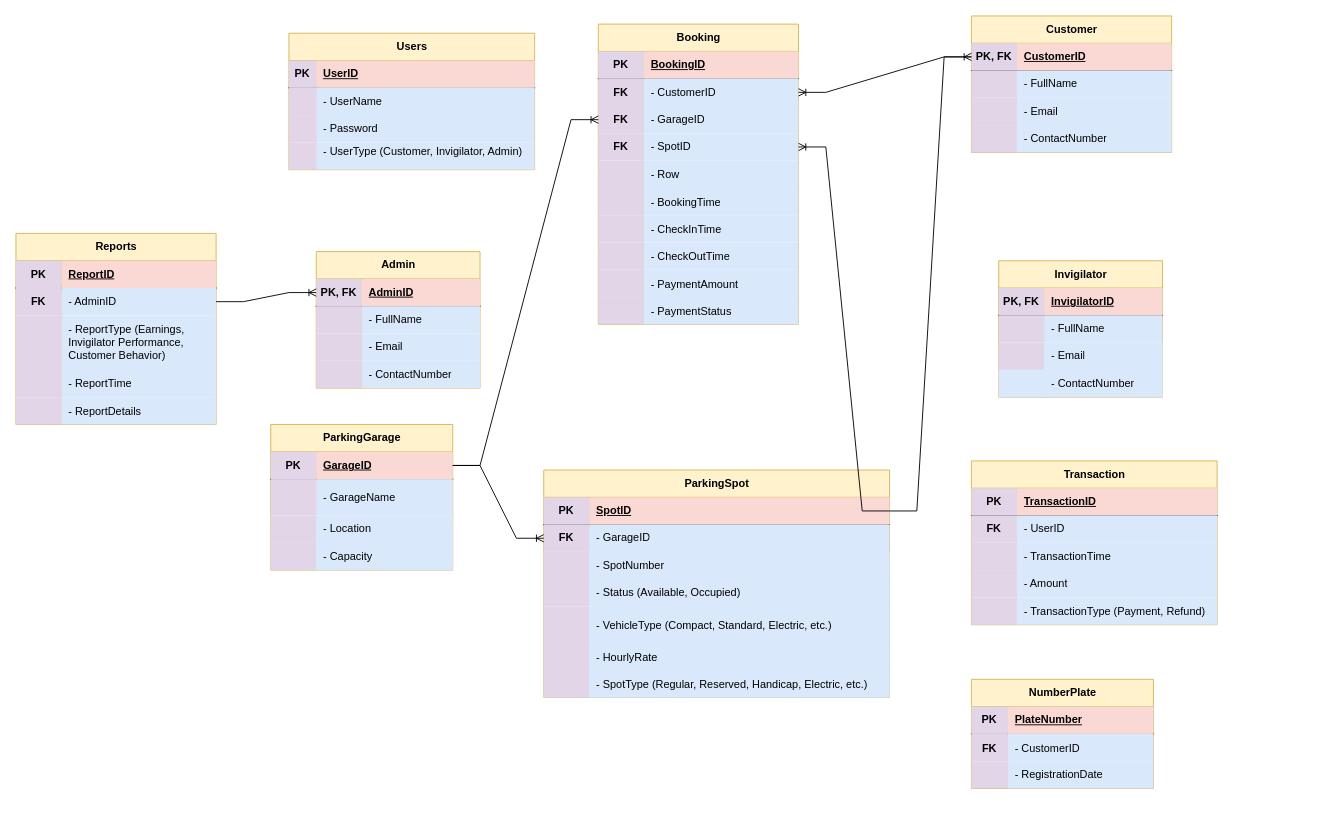
This is DBD.drawio from Rachit1313/ParkEase, a draw.io file, before an edit. Source tidied: cells renumbered, new cells numbered last; positions are measured from the earlier drawing's top-left corner, leaving out a move shared by most shapes. Both pictures are drawn from the tidied source at 91%, with x=0, y=0 at pixel (15, 15).
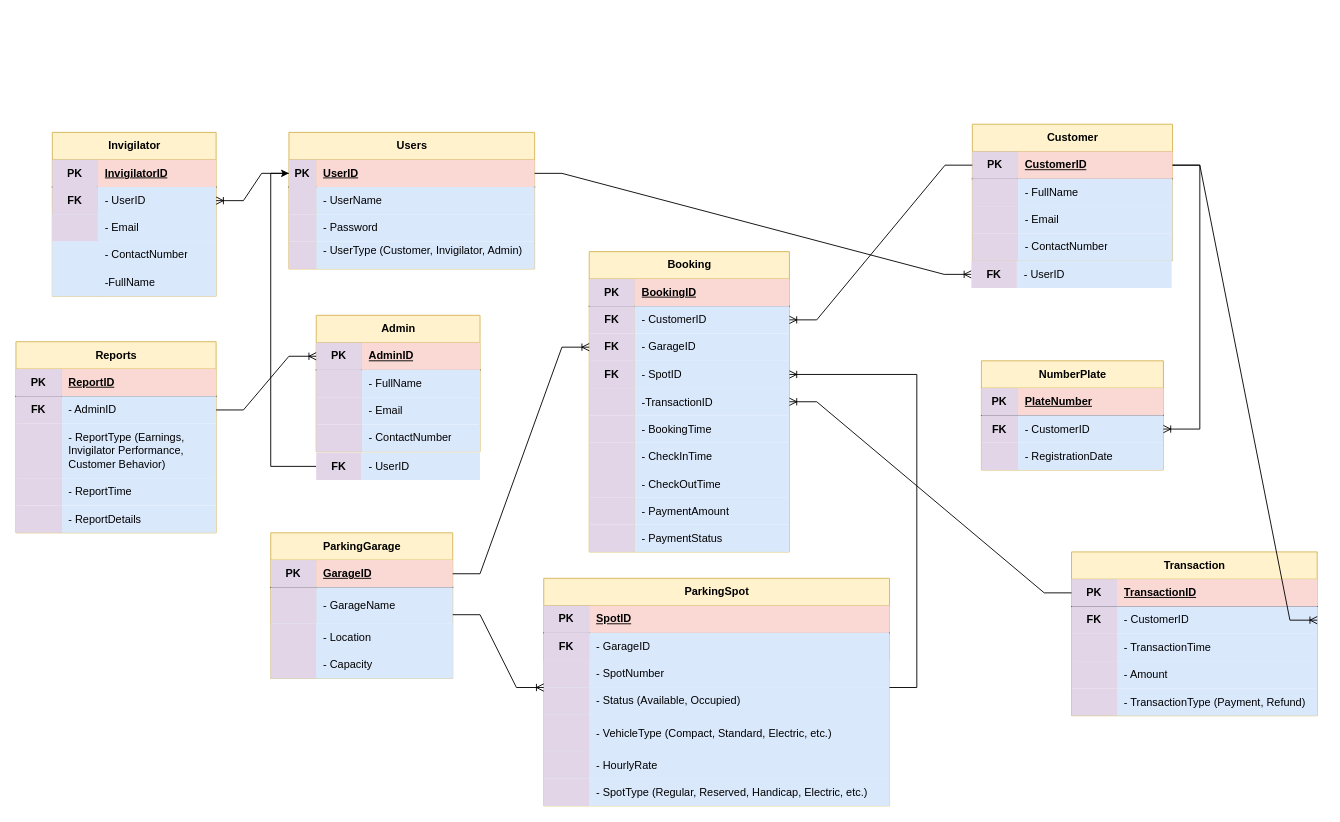
The same diagram, later.

Unchanged cells that the change refers to:
```xml
<mxCell id="3" style="shape=tableRow;horizontal=0;startSize=0;swimlaneHead=0;swimlaneBody=0;fillColor=none;points=[[0,0.5],[1,0.5]];portConstraint=eastwest;top=0;left=0;right=0;bottom=1;" parent="2" vertex="1">
  <mxGeometry y="30" width="270" height="30" as="geometry" />
</mxCell>
<mxCell id="16" style="shape=tableRow;horizontal=0;startSize=0;swimlaneHead=0;swimlaneBody=0;fillColor=none;points=[[0,0.5],[1,0.5]];portConstraint=eastwest;top=0;left=0;right=0;bottom=1;" parent="15" vertex="1">
  <mxGeometry y="30" width="220" height="30" as="geometry" />
</mxCell>
<mxCell id="29" style="shape=tableRow;horizontal=0;startSize=0;swimlaneHead=0;swimlaneBody=0;fillColor=none;top=0;left=0;right=0;bottom=1;" parent="28" vertex="1">
  <mxGeometry y="30" width="180" height="30" as="geometry" />
</mxCell>
<mxCell id="32" style="shape=tableRow;horizontal=0;startSize=0;swimlaneHead=0;swimlaneBody=0;fillColor=none;points=[[0,0.5],[1,0.5]];portConstraint=eastwest;top=0;left=0;right=0;bottom=0;" parent="28" vertex="1">
  <mxGeometry y="60" width="180" height="30" as="geometry" />
</mxCell>
<mxCell id="42" style="shape=tableRow;horizontal=0;startSize=0;swimlaneHead=0;swimlaneBody=0;fillColor=none;points=[[0,0.5],[1,0.5]];portConstraint=eastwest;top=0;left=0;right=0;bottom=1;" parent="41" vertex="1">
  <mxGeometry y="30" width="180" height="30" as="geometry" />
</mxCell>
<mxCell id="55" style="shape=tableRow;horizontal=0;startSize=0;swimlaneHead=0;swimlaneBody=0;fillColor=none;points=[[0,0.5],[1,0.5]];portConstraint=eastwest;top=0;left=0;right=0;bottom=1;" parent="54" vertex="1">
  <mxGeometry y="30" width="200" height="30" as="geometry" />
</mxCell>
<mxCell id="71" style="shape=tableRow;horizontal=0;startSize=0;swimlaneHead=0;swimlaneBody=0;fillColor=none;points=[[0,0.5],[1,0.5]];portConstraint=eastwest;top=0;left=0;right=0;bottom=0;" parent="67" vertex="1">
  <mxGeometry y="60" width="220" height="30" as="geometry" />
</mxCell>
<mxCell id="77" style="shape=tableRow;horizontal=0;startSize=0;swimlaneHead=0;swimlaneBody=0;fillColor=none;points=[[0,0.5],[1,0.5]];portConstraint=eastwest;top=0;left=0;right=0;bottom=0;" parent="67" vertex="1">
  <mxGeometry y="120" width="220" height="30" as="geometry" />
</mxCell>
<mxCell id="80" style="shape=tableRow;horizontal=0;startSize=0;swimlaneHead=0;swimlaneBody=0;fillColor=none;top=0;left=0;right=0;bottom=0;" parent="67" vertex="1">
  <mxGeometry y="150" width="220" height="30" as="geometry" />
</mxCell>
<mxCell id="99" style="shape=tableRow;horizontal=0;startSize=0;swimlaneHead=0;swimlaneBody=0;fillColor=none;points=[[0,0.5],[1,0.5]];portConstraint=eastwest;top=0;left=0;right=0;bottom=1;" parent="98" vertex="1">
  <mxGeometry y="30" width="270" height="30" as="geometry" />
</mxCell>
<mxCell id="102" style="shape=tableRow;horizontal=0;startSize=0;swimlaneHead=0;swimlaneBody=0;fillColor=none;points=[[0,0.5],[1,0.5]];portConstraint=eastwest;top=0;left=0;right=0;bottom=0;" parent="98" vertex="1">
  <mxGeometry y="60" width="270" height="30" as="geometry" />
</mxCell>
<mxCell id="118" style="shape=tableRow;horizontal=0;startSize=0;swimlaneHead=0;swimlaneBody=0;fillColor=none;points=[[0,0.5],[1,0.5]];portConstraint=eastwest;top=0;left=0;right=0;bottom=0;" parent="114" vertex="1">
  <mxGeometry y="60" width="200" height="30" as="geometry" />
</mxCell>
<mxCell id="141" style="shape=tableRow;horizontal=0;startSize=0;swimlaneHead=0;swimlaneBody=0;fillColor=none;points=[[0,0.5],[1,0.5]];portConstraint=eastwest;top=0;left=0;right=0;bottom=1;" parent="140" vertex="1">
  <mxGeometry y="30" width="380" height="30" as="geometry" />
</mxCell>
<mxCell id="144" style="shape=tableRow;horizontal=0;startSize=0;swimlaneHead=0;swimlaneBody=0;fillColor=none;points=[[0,0.5],[1,0.5]];portConstraint=eastwest;top=0;left=0;right=0;bottom=0;" parent="140" vertex="1">
  <mxGeometry y="60" width="380" height="30" as="geometry" />
</mxCell>
```

What changed in the source:
```diff
@@
     <mxCell id="2" value="Users" style="shape=table;startSize=30;childLayout=tableLayout;rowLines=0;fontStyle=1;align=center;html=1;fillColor=#fff2cc;strokeColor=#d6b656;" parent="1" vertex="1">
-      <mxGeometry x="300" y="19" width="270" height="150" as="geometry" />
+      <mxGeometry x="300" y="128" width="270" height="150" as="geometry" />
     </mxCell>
@@
     <mxCell id="15" value="&lt;div&gt;Customer&lt;/div&gt;" style="shape=table;startSize=30;childLayout=tableLayout;rowLines=0;fontStyle=1;align=center;html=1;fillColor=#fff2cc;strokeColor=#d6b656;" parent="1" vertex="1">
-      <mxGeometry x="1050" width="220" height="150" as="geometry" />
+      <mxGeometry x="1051" y="119" width="220" height="150" as="geometry" />
     </mxCell>
@@
-    <mxCell id="17" value="PK, FK" style="shape=partialRectangle;fillColor=#e1d5e7;top=0;left=0;bottom=0;right=0;fontStyle=1;overflow=hidden;whiteSpace=wrap;html=1;strokeColor=#9673a6;" parent="16" vertex="1">
+    <mxCell id="17" value="PK" style="shape=partialRectangle;fillColor=#e1d5e7;top=0;left=0;bottom=0;right=0;fontStyle=1;overflow=hidden;whiteSpace=wrap;html=1;strokeColor=#9673a6;" parent="16" vertex="1">
       <mxGeometry width="50" height="30" as="geometry" />
     </mxCell>
@@
     <mxCell id="28" value="&lt;div&gt;Invigilator&lt;/div&gt;" style="shape=table;startSize=30;childLayout=tableLayout;rowLines=0;fontStyle=1;align=center;html=1;fillColor=#fff2cc;strokeColor=#d6b656;" parent="1" vertex="1">
-      <mxGeometry x="1080" y="269" width="180" height="150" as="geometry" />
+      <mxGeometry x="40" y="128" width="180" height="180" as="geometry" />
     </mxCell>
@@
-    <mxCell id="30" value="PK, FK" style="shape=partialRectangle;fillColor=#e1d5e7;top=0;left=0;bottom=0;right=0;fontStyle=1;overflow=hidden;whiteSpace=wrap;html=1;strokeColor=#9673a6;" parent="29" vertex="1">
+    <mxCell id="30" value="PK" style="shape=partialRectangle;fillColor=#e1d5e7;top=0;left=0;bottom=0;right=0;fontStyle=1;overflow=hidden;whiteSpace=wrap;html=1;strokeColor=#9673a6;" parent="29" vertex="1">
       <mxGeometry width="50" height="30" as="geometry" />
     </mxCell>
@@
-    <mxCell id="33" style="shape=partialRectangle;fillColor=#e1d5e7;top=0;left=0;bottom=0;right=0;overflow=hidden;whiteSpace=wrap;html=1;strokeColor=#9673a6;" parent="32" vertex="1">
+    <mxCell id="33" value="&lt;b&gt;FK&lt;/b&gt;" style="shape=partialRectangle;fillColor=#e1d5e7;top=0;left=0;bottom=0;right=0;overflow=hidden;whiteSpace=wrap;html=1;strokeColor=#9673a6;" parent="32" vertex="1">
       <mxGeometry width="50" height="30" as="geometry" />
     </mxCell>
-    <mxCell id="34" value="- FullName" style="shape=partialRectangle;fillColor=#dae8fc;top=0;left=0;bottom=0;right=0;align=left;spacingLeft=6;overflow=hidden;whiteSpace=wrap;html=1;strokeColor=#6c8ebf;" parent="32" vertex="1">
+    <mxCell id="34" value="- UserID" style="shape=partialRectangle;fillColor=#dae8fc;top=0;left=0;bottom=0;right=0;align=left;spacingLeft=6;overflow=hidden;whiteSpace=wrap;html=1;strokeColor=#6c8ebf;" parent="32" vertex="1">
       <mxGeometry x="50" width="130" height="30" as="geometry" />
     </mxCell>
@@
+    <mxCell id="168" style="shape=tableRow;horizontal=0;startSize=0;swimlaneHead=0;swimlaneBody=0;fillColor=#dae8fc;top=0;left=0;right=0;bottom=0;strokeColor=#6c8ebf;" parent="28" vertex="1">
+      <mxGeometry y="150" width="180" height="30" as="geometry" />
+    </mxCell>
+    <mxCell id="169" style="shape=partialRectangle;fillColor=#dae8fc;top=0;left=0;bottom=0;right=0;overflow=hidden;whiteSpace=wrap;html=1;strokeColor=#6c8ebf;" parent="168" vertex="1">
+      <mxGeometry width="50" height="30" as="geometry" />
+    </mxCell>
+    <mxCell id="170" value="-FullName" style="shape=partialRectangle;fillColor=#dae8fc;top=0;left=0;bottom=0;right=0;align=left;spacingLeft=6;overflow=hidden;whiteSpace=wrap;html=1;strokeColor=#6c8ebf;" parent="168" vertex="1">
+      <mxGeometry x="50" width="130" height="30" as="geometry" />
+    </mxCell>
     <mxCell id="41" value="&lt;div&gt;Admin&lt;/div&gt;" style="shape=table;startSize=30;childLayout=tableLayout;rowLines=0;fontStyle=1;align=center;html=1;fillColor=#fff2cc;strokeColor=#d6b656;" parent="1" vertex="1">
-      <mxGeometry x="330" y="259" width="180" height="150" as="geometry" />
+      <mxGeometry x="330" y="329" width="180" height="150" as="geometry" />
     </mxCell>
@@
-    <mxCell id="43" value="PK, FK" style="shape=partialRectangle;fillColor=#e1d5e7;top=0;left=0;bottom=0;right=0;fontStyle=1;overflow=hidden;whiteSpace=wrap;html=1;strokeColor=#9673a6;" parent="42" vertex="1">
+    <mxCell id="43" value="PK" style="shape=partialRectangle;fillColor=#e1d5e7;top=0;left=0;bottom=0;right=0;fontStyle=1;overflow=hidden;whiteSpace=wrap;html=1;strokeColor=#9673a6;" parent="42" vertex="1">
       <mxGeometry width="50" height="30" as="geometry" />
     </mxCell>
@@
     <mxCell id="54" value="&lt;div&gt;ParkingGarage&lt;/div&gt;" style="shape=table;startSize=30;childLayout=tableLayout;rowLines=0;fontStyle=1;align=center;html=1;fillColor=#fff2cc;strokeColor=#d6b656;" parent="1" vertex="1">
-      <mxGeometry x="280" y="449" width="200" height="160" as="geometry" />
+      <mxGeometry x="280" y="568" width="200" height="160" as="geometry" />
     </mxCell>
@@
     <mxCell id="67" value="&lt;div&gt;Booking&lt;/div&gt;" style="shape=table;startSize=30;childLayout=tableLayout;rowLines=0;fontStyle=1;align=center;html=1;fillColor=#fff2cc;strokeColor=#d6b656;" parent="1" vertex="1">
-      <mxGeometry x="640" y="9" width="220" height="330" as="geometry" />
+      <mxGeometry x="630" y="259" width="220" height="330" as="geometry" />
     </mxCell>
@@
-    <mxCell id="82" value="- Row" style="shape=partialRectangle;fillColor=#dae8fc;top=0;left=0;bottom=0;right=0;align=left;spacingLeft=6;overflow=hidden;strokeColor=#6c8ebf;" parent="80" vertex="1">
+    <mxCell id="82" value="-TransactionID" style="shape=partialRectangle;fillColor=#dae8fc;top=0;left=0;bottom=0;right=0;align=left;spacingLeft=6;overflow=hidden;strokeColor=#6c8ebf;" parent="80" vertex="1">
       <mxGeometry x="50" width="170" height="30" as="geometry" />
     </mxCell>
@@
     <mxCell id="98" value="&lt;div&gt;Transaction&lt;/div&gt;" style="shape=table;startSize=30;childLayout=tableLayout;rowLines=0;fontStyle=1;align=center;html=1;fillColor=#fff2cc;strokeColor=#d6b656;" parent="1" vertex="1">
-      <mxGeometry x="1050" y="489" width="270" height="180" as="geometry" />
+      <mxGeometry x="1160" y="589" width="270" height="180" as="geometry" />
     </mxCell>
@@
-    <mxCell id="104" value="- UserID" style="shape=partialRectangle;fillColor=#dae8fc;top=0;left=0;bottom=0;right=0;align=left;spacingLeft=6;overflow=hidden;whiteSpace=wrap;html=1;strokeColor=#6c8ebf;" parent="102" vertex="1">
+    <mxCell id="104" value="- CustomerID" style="shape=partialRectangle;fillColor=#dae8fc;top=0;left=0;bottom=0;right=0;align=left;spacingLeft=6;overflow=hidden;whiteSpace=wrap;html=1;strokeColor=#6c8ebf;" parent="102" vertex="1">
       <mxGeometry x="50" width="220" height="30" as="geometry" />
     </mxCell>
@@
     <mxCell id="114" value="&lt;div&gt;NumberPlate&lt;/div&gt;" style="shape=table;startSize=30;childLayout=tableLayout;rowLines=0;fontStyle=1;align=center;html=1;fillColor=#fff2cc;strokeColor=#d6b656;" parent="1" vertex="1">
-      <mxGeometry x="1050" y="729" width="200" height="120" as="geometry" />
+      <mxGeometry x="1061" y="379" width="200" height="120" as="geometry" />
     </mxCell>
@@
     <mxCell id="124" value="&lt;div&gt;Reports&lt;/div&gt;" style="shape=table;startSize=30;childLayout=tableLayout;rowLines=0;fontStyle=1;align=center;html=1;fillColor=#fff2cc;strokeColor=#d6b656;" parent="1" vertex="1">
-      <mxGeometry y="239" width="220" height="210" as="geometry" />
+      <mxGeometry y="358" width="220" height="210" as="geometry" />
     </mxCell>
@@
     <mxCell id="140" value="&lt;div&gt;ParkingSpot&lt;/div&gt;" style="shape=table;startSize=30;childLayout=tableLayout;rowLines=0;fontStyle=1;align=center;html=1;fillColor=#fff2cc;strokeColor=#d6b656;" parent="1" vertex="1">
-      <mxGeometry x="580" y="499" width="380" height="250" as="geometry" />
+      <mxGeometry x="580" y="618" width="380" height="250" as="geometry" />
     </mxCell>
@@
-    <mxCell id="162" style="edgeStyle=entityRelationEdgeStyle;fontSize=12;html=1;endArrow=ERoneToMany;rounded=0;entryX=0;entryY=0.5;entryDx=0;entryDy=0;exitX=1;exitY=0.5;exitDx=0;exitDy=0;" parent="1" edge="1" source="55" target="144">
+    <mxCell id="162" style="edgeStyle=entityRelationEdgeStyle;fontSize=12;html=1;endArrow=ERoneToMany;rounded=0;entryX=0;entryY=0.5;entryDx=0;entryDy=0;exitX=1;exitY=0.5;exitDx=0;exitDy=0;" parent="1" edge="1">
       <mxGeometry relative="1" as="geometry">
+        <mxPoint x="480" y="658" as="sourcePoint" />
+        <mxPoint x="580" y="738" as="targetPoint" />
         <Array as="points">
-          <mxPoint x="1000" y="349" />
+          <mxPoint x="1000" y="513" />
         </Array>
       </mxGeometry>
     </mxCell>
     <mxCell id="163" style="edgeStyle=entityRelationEdgeStyle;fontSize=12;html=1;endArrow=ERoneToMany;rounded=0;entryX=1;entryY=0.5;entryDx=0;entryDy=0;exitX=0;exitY=0.5;exitDx=0;exitDy=0;" parent="1" edge="1" source="16" target="71">
       <mxGeometry relative="1" as="geometry">
         <Array as="points">
-          <mxPoint x="880" y="89" />
-          <mxPoint x="870" y="89" />
-          <mxPoint x="890" y="129" />
-          <mxPoint x="890" y="89" />
+          <mxPoint x="880" y="208" />
+          <mxPoint x="870" y="208" />
+          <mxPoint x="890" y="248" />
+          <mxPoint x="890" y="208" />
         </Array>
       </mxGeometry>
     </mxCell>
@@
-    <mxCell id="165" style="edgeStyle=entityRelationEdgeStyle;fontSize=12;html=1;endArrow=ERoneToMany;rounded=0;exitX=1;exitY=0.5;exitDx=0;exitDy=0;entryX=1;entryY=0.5;entryDx=0;entryDy=0;" parent="1" edge="1" source="141" target="77">
+    <mxCell id="165" style="edgeStyle=entityRelationEdgeStyle;fontSize=12;html=1;endArrow=ERoneToMany;rounded=0;exitX=1;exitY=0.5;exitDx=0;exitDy=0;" parent="1" edge="1" target="77">
       <mxGeometry relative="1" as="geometry">
+        <mxPoint x="960" y="738" as="sourcePoint" />
         <Array as="points">
-          <mxPoint x="540" y="499" />
-          <mxPoint x="570" y="419" />
-          <mxPoint x="590" y="409" />
-          <mxPoint x="580" y="409" />
-          <mxPoint x="550" y="489" />
+          <mxPoint x="540" y="693" />
+          <mxPoint x="570" y="613" />
+          <mxPoint x="920" y="448" />
+          <mxPoint x="590" y="603" />
+          <mxPoint x="930" y="448" />
+          <mxPoint x="900" y="438" />
+          <mxPoint x="580" y="603" />
+          <mxPoint x="550" y="683" />
         </Array>
       </mxGeometry>
     </mxCell>
-    <mxCell id="166" style="edgeStyle=entityRelationEdgeStyle;fontSize=12;html=1;endArrow=ERoneToMany;rounded=0;exitX=1;exitY=0.5;exitDx=0;exitDy=0;entryX=0;entryY=0.5;entryDx=0;entryDy=0;" parent="1" edge="1" source="141" target="16">
-      <mxGeometry relative="1" as="geometry" />
+    <mxCell id="166" style="edgeStyle=entityRelationEdgeStyle;fontSize=12;html=1;endArrow=ERoneToMany;rounded=0;entryX=1;entryY=0.5;entryDx=0;entryDy=0;" parent="1" edge="1" source="16" target="118">
+      <mxGeometry relative="1" as="geometry">
+        <Array as="points">
+          <mxPoint x="1370" y="288" />
+          <mxPoint x="998.5" y="1372" />
+          <mxPoint x="1409.5" y="708" />
+        </Array>
+      </mxGeometry>
     </mxCell>
@@
+    <mxCell id="171" style="edgeStyle=entityRelationEdgeStyle;fontSize=12;html=1;endArrow=ERoneToMany;rounded=0;exitX=0;exitY=0.5;exitDx=0;exitDy=0;" parent="1" edge="1" source="3" target="32">
+      <mxGeometry relative="1" as="geometry">
+        <Array as="points">
+          <mxPoint x="280" y="159" />
+        </Array>
+      </mxGeometry>
+    </mxCell>
+    <mxCell id="172" style="edgeStyle=orthogonalEdgeStyle;rounded=0;jettySize=auto;html=1;exitX=0;exitY=0.5;exitDx=0;exitDy=0;entryX=0;entryY=0.5;entryDx=0;entryDy=0;" parent="1" edge="1" source="173" target="3">
+      <mxGeometry relative="1" as="geometry">
+        <Array as="points">
+          <mxPoint x="280" y="495" />
+          <mxPoint x="280" y="173" />
+        </Array>
+      </mxGeometry>
+    </mxCell>
+    <mxCell id="173" style="shape=tableRow;horizontal=0;startSize=0;swimlaneHead=0;swimlaneBody=0;fillColor=none;points=[[0,0.5],[1,0.5]];portConstraint=eastwest;top=0;left=0;right=0;bottom=0;" parent="1" vertex="1">
+      <mxGeometry x="330" y="480" width="180" height="30" as="geometry" />
+    </mxCell>
+    <mxCell id="174" value="&lt;b&gt;FK&lt;/b&gt;" style="shape=partialRectangle;fillColor=#e1d5e7;top=0;left=0;bottom=0;right=0;overflow=hidden;whiteSpace=wrap;html=1;strokeColor=#9673a6;" parent="173" vertex="1">
+      <mxGeometry width="50" height="30" as="geometry" />
+    </mxCell>
+    <mxCell id="175" value="- UserID" style="shape=partialRectangle;fillColor=#dae8fc;top=0;left=0;bottom=0;right=0;align=left;spacingLeft=6;overflow=hidden;whiteSpace=wrap;html=1;strokeColor=#6c8ebf;" parent="173" vertex="1">
+      <mxGeometry x="50" width="130" height="30" as="geometry" />
+    </mxCell>
+    <mxCell id="176" style="edgeStyle=entityRelationEdgeStyle;fontSize=12;html=1;endArrow=ERoneToMany;rounded=0;" parent="1" edge="1" source="3" target="177">
+      <mxGeometry relative="1" as="geometry" />
+    </mxCell>
+    <mxCell id="177" style="shape=tableRow;horizontal=0;startSize=0;swimlaneHead=0;swimlaneBody=0;fillColor=none;points=[[0,0.5],[1,0.5]];portConstraint=eastwest;top=0;left=0;right=0;bottom=0;" parent="1" vertex="1">
+      <mxGeometry x="1050" y="269" width="230" height="30" as="geometry" />
+    </mxCell>
+    <mxCell id="178" value="&lt;b&gt;FK&lt;/b&gt;" style="shape=partialRectangle;fillColor=#e1d5e7;top=0;left=0;bottom=0;right=0;overflow=hidden;whiteSpace=wrap;html=1;strokeColor=#9673a6;" parent="177" vertex="1">
+      <mxGeometry width="50" height="30" as="geometry" />
+    </mxCell>
+    <mxCell id="179" value="- UserID" style="shape=partialRectangle;fillColor=#dae8fc;top=0;left=0;bottom=0;right=0;align=left;spacingLeft=6;overflow=hidden;whiteSpace=wrap;html=1;strokeColor=#6c8ebf;" parent="177" vertex="1">
+      <mxGeometry x="50" width="170" height="30" as="geometry" />
+    </mxCell>
+    <mxCell id="180" style="edgeStyle=entityRelationEdgeStyle;fontSize=12;html=1;endArrow=ERoneToMany;rounded=0;entryX=1;entryY=0.5;entryDx=0;entryDy=0;" parent="1" edge="1" source="16" target="102">
+      <mxGeometry relative="1" as="geometry">
+        <Array as="points">
+          <mxPoint x="1380" y="298" />
+          <mxPoint x="1008.5" y="1382" />
+          <mxPoint x="1419.5" y="718" />
+        </Array>
+      </mxGeometry>
+    </mxCell>
+    <mxCell id="181" style="edgeStyle=entityRelationEdgeStyle;fontSize=12;html=1;endArrow=ERoneToMany;rounded=0;exitX=0;exitY=0.5;exitDx=0;exitDy=0;entryX=1;entryY=0.5;entryDx=0;entryDy=0;" parent="1" edge="1" source="99" target="67">
+      <mxGeometry relative="1" as="geometry">
+        <Array as="points">
+          <mxPoint x="550" y="703" />
+          <mxPoint x="580" y="623" />
+          <mxPoint x="930" y="458" />
+          <mxPoint x="600" y="613" />
+          <mxPoint x="940" y="458" />
+          <mxPoint x="910" y="448" />
+          <mxPoint x="590" y="613" />
+          <mxPoint x="560" y="693" />
+        </Array>
+      </mxGeometry>
+    </mxCell>
```
